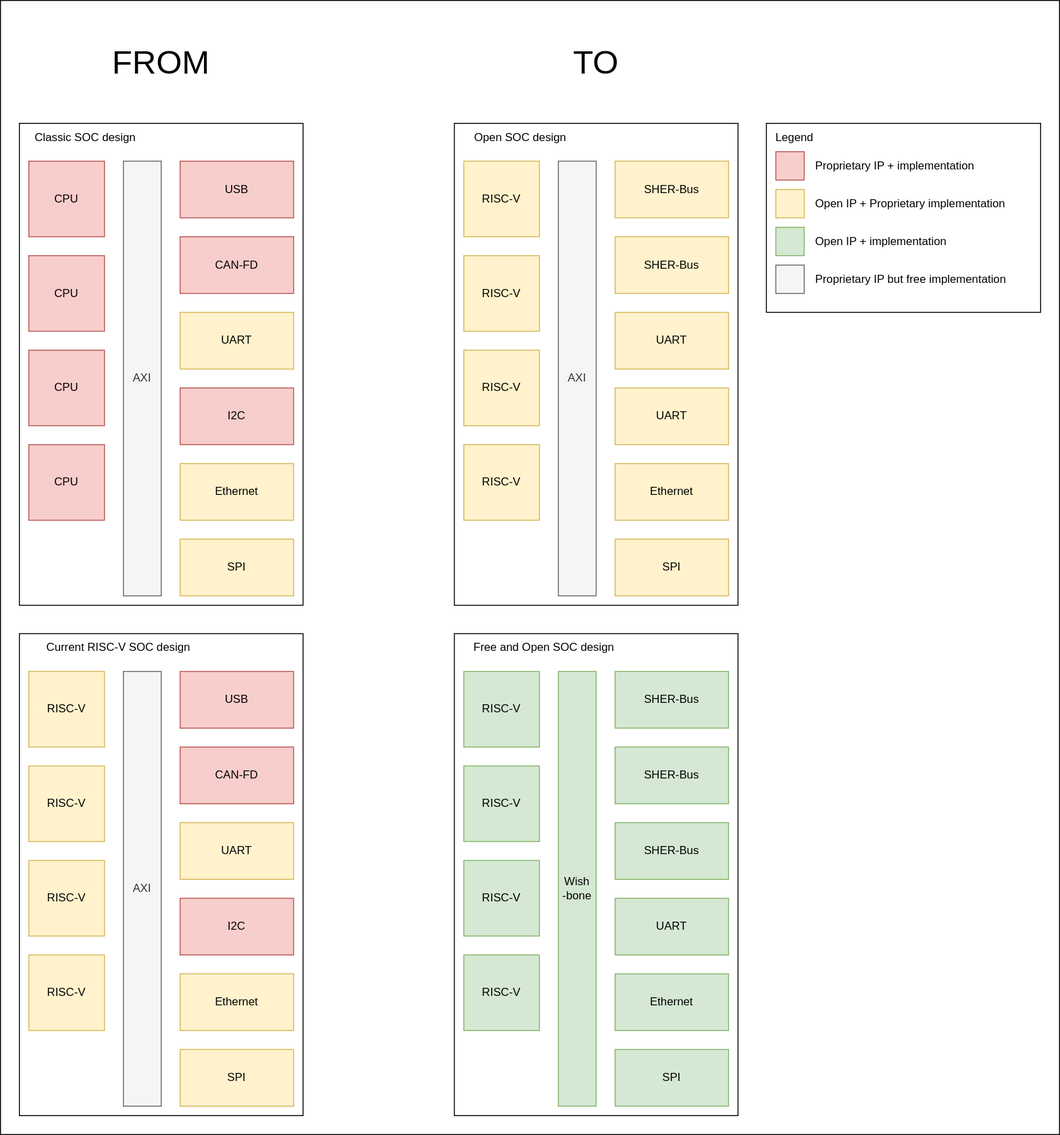
Above: SOC.svg in cdg66/BUS_figures (draw.io), before the change. Source tidied: cells renumbered, new cells last; positions are measured from the earlier drawing's top-left corner, leaving out a move shared by most shapes.
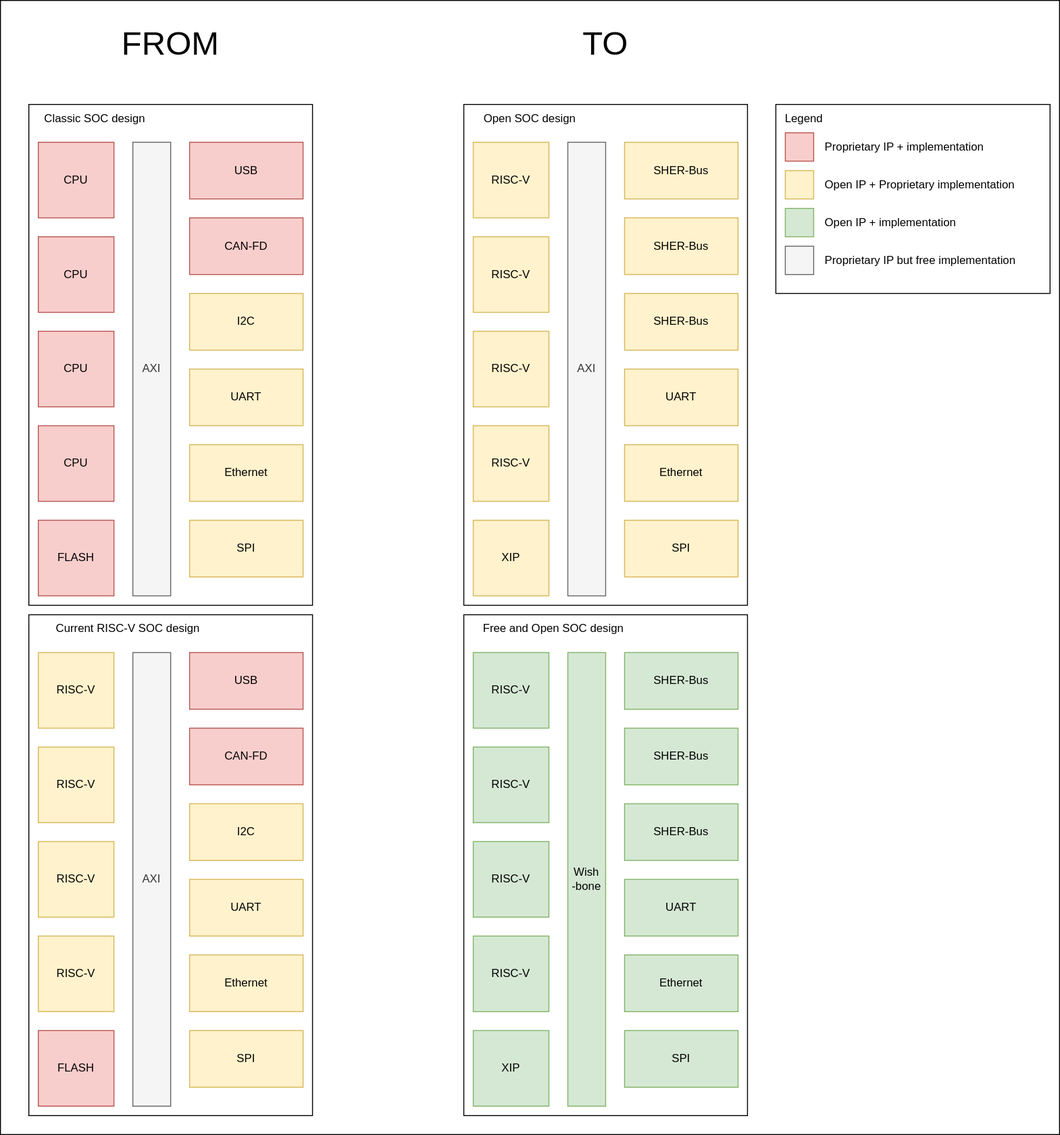
Above is the later version.

The edit, as a diff of the source:
```diff
@@ -3,10 +3,10 @@
     <mxCell id="0" />
     <mxCell id="1" parent="0" />
     <mxCell id="2" style="rounded=0;whiteSpace=wrap;html=1;" parent="1" vertex="1">
-      <mxGeometry width="1120" height="1200" as="geometry" />
+      <mxGeometry x="-10" y="20" width="1120" height="1200" as="geometry" />
     </mxCell>
     <mxCell id="3" style="rounded=0;whiteSpace=wrap;html=1;" parent="1" vertex="1">
-      <mxGeometry x="20" y="130" width="300" height="510" as="geometry" />
+      <mxGeometry x="20" y="130" width="300" height="530" as="geometry" />
     </mxCell>
     <mxCell id="4" style="rounded=0;whiteSpace=wrap;html=1;" parent="1" vertex="1">
       <mxGeometry x="810" y="130" width="290" height="200" as="geometry" />
@@ -21,13 +21,13 @@
       <mxGeometry x="190" y="250" width="120" height="60" as="geometry" />
     </mxCell>
     <mxCell id="8" value="UART" style="rounded=0;whiteSpace=wrap;html=1;fillColor=#fff2cc;strokeColor=#d6b656;" parent="1" vertex="1">
-      <mxGeometry x="190" y="330" width="120" height="60" as="geometry" />
+      <mxGeometry x="190" y="410" width="120" height="60" as="geometry" />
     </mxCell>
-    <mxCell id="9" value="I2C" style="rounded=0;whiteSpace=wrap;html=1;fillColor=#f8cecc;strokeColor=#b85450;" parent="1" vertex="1">
-      <mxGeometry x="190" y="410" width="120" height="60" as="geometry" />
+    <mxCell id="9" value="I2C" style="rounded=0;whiteSpace=wrap;html=1;fillColor=#fff2cc;strokeColor=#d6b656;" parent="1" vertex="1">
+      <mxGeometry x="190" y="330" width="120" height="60" as="geometry" />
     </mxCell>
     <mxCell id="10" value="AXI" style="rounded=0;whiteSpace=wrap;html=1;fillColor=#f5f5f5;strokeColor=#666666;fontColor=#333333;" parent="1" vertex="1">
-      <mxGeometry x="130" y="170" width="40" height="460" as="geometry" />
+      <mxGeometry x="130" y="170" width="40" height="480" as="geometry" />
     </mxCell>
     <mxCell id="11" value="CPU" style="whiteSpace=wrap;html=1;fillColor=#f8cecc;strokeColor=#b85450;" parent="1" vertex="1">
       <mxGeometry x="30" y="270" width="80" height="80" as="geometry" />
@@ -66,16 +66,13 @@
       <mxGeometry x="810" y="130" width="60" height="30" as="geometry" />
     </mxCell>
     <mxCell id="23" style="rounded=0;whiteSpace=wrap;html=1;" parent="1" vertex="1">
-      <mxGeometry x="480" y="130" width="300" height="510" as="geometry" />
+      <mxGeometry x="480" y="130" width="300" height="530" as="geometry" />
     </mxCell>
     <mxCell id="24" value="RISC-V" style="whiteSpace=wrap;html=1;fillColor=#fff2cc;strokeColor=#d6b656;" parent="1" vertex="1">
       <mxGeometry x="490" y="170" width="80" height="80" as="geometry" />
     </mxCell>
-    <mxCell id="25" value="UART" style="rounded=0;whiteSpace=wrap;html=1;fillColor=#fff2cc;strokeColor=#d6b656;" parent="1" vertex="1">
-      <mxGeometry x="650" y="330" width="120" height="60" as="geometry" />
-    </mxCell>
     <mxCell id="26" value="AXI" style="rounded=0;whiteSpace=wrap;html=1;fillColor=#f5f5f5;strokeColor=#666666;fontColor=#333333;" parent="1" vertex="1">
-      <mxGeometry x="590" y="170" width="40" height="460" as="geometry" />
+      <mxGeometry x="590" y="170" width="40" height="480" as="geometry" />
     </mxCell>
     <mxCell id="27" value="RISC-V" style="whiteSpace=wrap;html=1;fillColor=#fff2cc;strokeColor=#d6b656;" parent="1" vertex="1">
       <mxGeometry x="490" y="270" width="80" height="80" as="geometry" />
@@ -93,7 +90,7 @@
       <mxGeometry x="490" y="130" width="120" height="30" as="geometry" />
     </mxCell>
     <mxCell id="32" style="rounded=0;whiteSpace=wrap;html=1;" parent="1" vertex="1">
-      <mxGeometry x="480" y="670" width="300" height="510" as="geometry" />
+      <mxGeometry x="480" y="670" width="300" height="530" as="geometry" />
     </mxCell>
     <mxCell id="33" value="RISC-V" style="whiteSpace=wrap;html=1;fillColor=#d5e8d4;strokeColor=#82b366;" parent="1" vertex="1">
       <mxGeometry x="490" y="710" width="80" height="80" as="geometry" />
@@ -105,7 +102,7 @@
       <mxGeometry x="650" y="950" width="120" height="60" as="geometry" />
     </mxCell>
     <mxCell id="36" value="&lt;div&gt;Wish&lt;/div&gt;&lt;div&gt;-bone&lt;/div&gt;" style="rounded=0;whiteSpace=wrap;html=1;fillColor=#d5e8d4;strokeColor=#82b366;" parent="1" vertex="1">
-      <mxGeometry x="590" y="710" width="40" height="460" as="geometry" />
+      <mxGeometry x="590" y="710" width="40" height="480" as="geometry" />
     </mxCell>
     <mxCell id="37" value="Ethernet" style="rounded=0;whiteSpace=wrap;html=1;fillColor=#d5e8d4;strokeColor=#82b366;" parent="1" vertex="1">
       <mxGeometry x="650" y="1030" width="120" height="60" as="geometry" />
@@ -147,19 +144,19 @@
       <mxGeometry x="650" y="570" width="120" height="60" as="geometry" />
     </mxCell>
     <mxCell id="50" style="rounded=0;whiteSpace=wrap;html=1;" parent="1" vertex="1">
-      <mxGeometry x="20" y="670" width="300" height="510" as="geometry" />
+      <mxGeometry x="20" y="670" width="300" height="530" as="geometry" />
     </mxCell>
     <mxCell id="51" value="RISC-V" style="whiteSpace=wrap;html=1;fillColor=#fff2cc;strokeColor=#d6b656;" parent="1" vertex="1">
       <mxGeometry x="30" y="710" width="80" height="80" as="geometry" />
     </mxCell>
     <mxCell id="52" value="UART" style="rounded=0;whiteSpace=wrap;html=1;fillColor=#fff2cc;strokeColor=#d6b656;" parent="1" vertex="1">
-      <mxGeometry x="190" y="870" width="120" height="60" as="geometry" />
+      <mxGeometry x="190" y="950" width="120" height="60" as="geometry" />
     </mxCell>
-    <mxCell id="53" value="I2C" style="rounded=0;whiteSpace=wrap;html=1;fillColor=#f8cecc;strokeColor=#b85450;" parent="1" vertex="1">
-      <mxGeometry x="190" y="950" width="120" height="60" as="geometry" />
+    <mxCell id="53" value="I2C" style="rounded=0;whiteSpace=wrap;html=1;fillColor=#fff2cc;strokeColor=#d6b656;" parent="1" vertex="1">
+      <mxGeometry x="190" y="870" width="120" height="60" as="geometry" />
     </mxCell>
     <mxCell id="54" value="AXI" style="rounded=0;whiteSpace=wrap;html=1;fillColor=#f5f5f5;strokeColor=#666666;fontColor=#333333;" parent="1" vertex="1">
-      <mxGeometry x="130" y="710" width="40" height="460" as="geometry" />
+      <mxGeometry x="130" y="710" width="40" height="480" as="geometry" />
     </mxCell>
     <mxCell id="55" value="RISC-V" style="whiteSpace=wrap;html=1;fillColor=#fff2cc;strokeColor=#d6b656;" parent="1" vertex="1">
       <mxGeometry x="30" y="810" width="80" height="80" as="geometry" />
@@ -197,5 +194,20 @@
     <mxCell id="66" value="UART" style="rounded=0;whiteSpace=wrap;html=1;fillColor=#fff2cc;strokeColor=#d6b656;" parent="1" vertex="1">
       <mxGeometry x="650" y="410" width="120" height="60" as="geometry" />
     </mxCell>
+    <mxCell id="67" value="FLASH" style="whiteSpace=wrap;html=1;fillColor=#f8cecc;strokeColor=#b85450;" parent="1" vertex="1">
+      <mxGeometry x="30" y="1110" width="80" height="80" as="geometry" />
+    </mxCell>
+    <mxCell id="68" value="FLASH" style="whiteSpace=wrap;html=1;fillColor=#f8cecc;strokeColor=#b85450;" parent="1" vertex="1">
+      <mxGeometry x="30" y="570" width="80" height="80" as="geometry" />
+    </mxCell>
+    <mxCell id="69" value="XIP" style="whiteSpace=wrap;html=1;fillColor=#fff2cc;strokeColor=#d6b656;" parent="1" vertex="1">
+      <mxGeometry x="490" y="570" width="80" height="80" as="geometry" />
+    </mxCell>
+    <mxCell id="70" value="XIP" style="whiteSpace=wrap;html=1;fillColor=#d5e8d4;strokeColor=#82b366;" parent="1" vertex="1">
+      <mxGeometry x="490" y="1110" width="80" height="80" as="geometry" />
+    </mxCell>
+    <mxCell id="71" value="SHER-Bus" style="rounded=0;whiteSpace=wrap;html=1;fillColor=#fff2cc;strokeColor=#d6b656;" parent="1" vertex="1">
+      <mxGeometry x="650" y="330" width="120" height="60" as="geometry" />
+    </mxCell>
   </root>
 </mxGraphModel>
```
